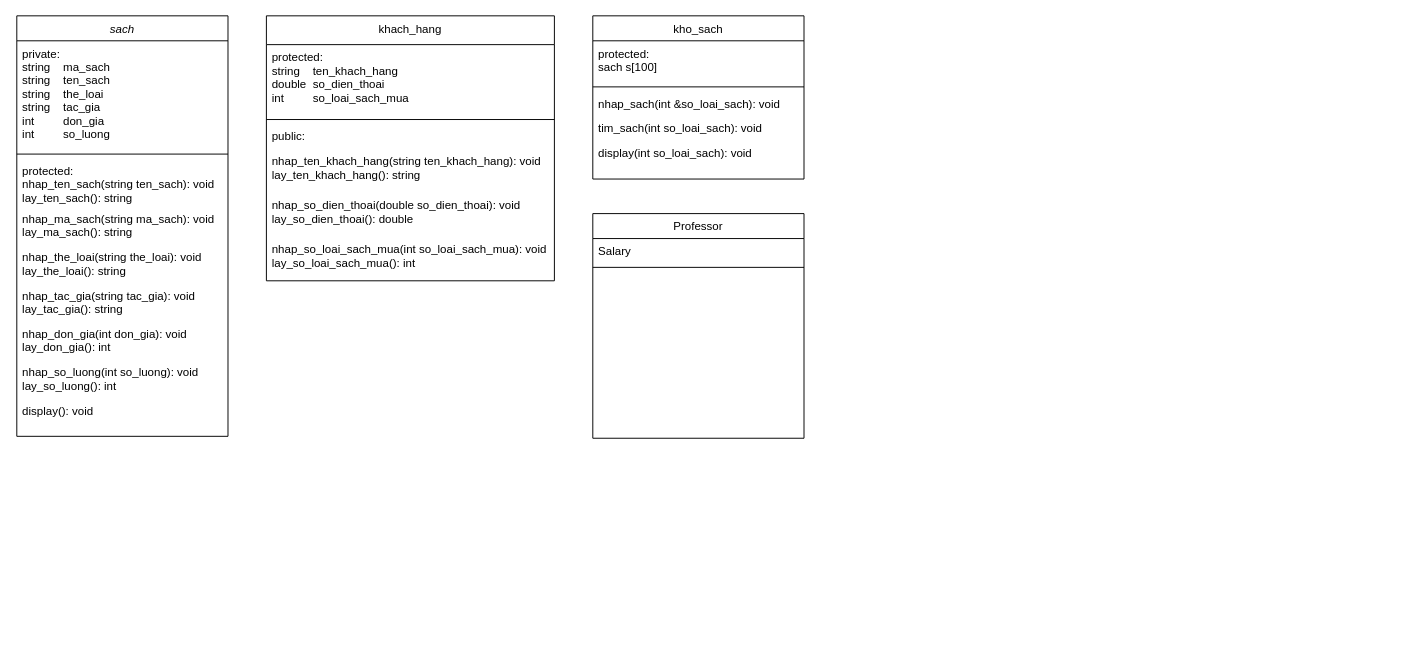
Above: Untitled Diagram.drawio in dink0i/OOP (draw.io), before the change. Source tidied: cells renumbered, new cells numbered last; positions are measured from the earlier drawing's top-left corner, leaving out a move shared by most shapes. Both pictures are drawn from the tidied source at 96%, with x=0, y=0 at pixel (16, 15).
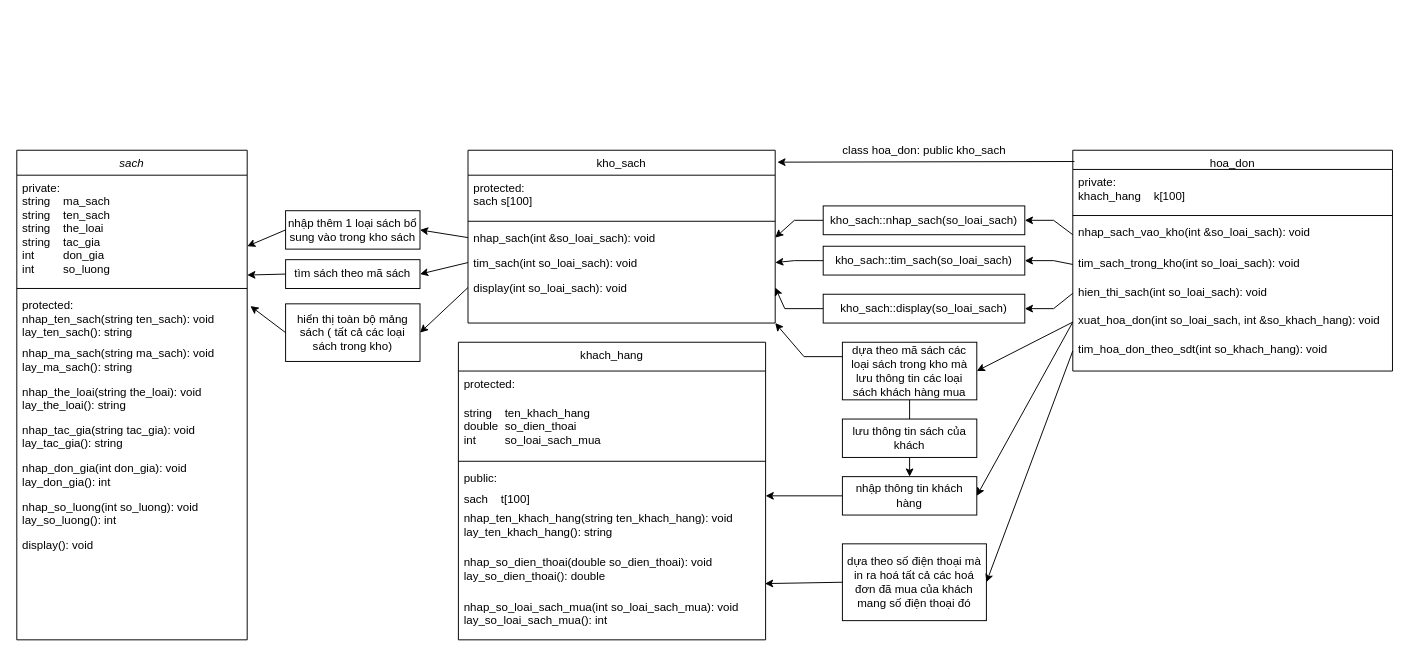
The same page after the edit.

The edit, as a diff of the source:
```diff
@@
     <mxCell id="2" value="sach" style="swimlane;fontStyle=2;align=center;verticalAlign=top;horizontal=1;startSize=26;rounded=0;shadow=0;strokeWidth=1;" parent="1" vertex="1">
-      <mxGeometry width="220" height="438" as="geometry" />
+      <mxGeometry y="140" width="240" height="510" as="geometry" />
     </mxCell>
     <mxCell id="3" value="private:&#10;string    ma_sach&#10;string    ten_sach&#10;string    the_loai&#10;string    tac_gia&#10;int         don_gia&#10;int         so_luong&#10;" style="text;align=left;verticalAlign=top;spacingLeft=4;spacingRight=4;overflow=hidden;" parent="2" vertex="1">
-      <mxGeometry y="26" width="220" height="114" as="geometry" />
+      <mxGeometry y="26" width="240" height="114" as="geometry" />
     </mxCell>
     <mxCell id="4" style="line;html=1;strokeWidth=1;align=left;verticalAlign=middle;spacingTop=-1;spacingLeft=3;spacingRight=3;labelPosition=right;" parent="2" vertex="1">
-      <mxGeometry y="140" width="220" height="8" as="geometry" />
+      <mxGeometry y="140" width="240" height="8" as="geometry" />
     </mxCell>
     <mxCell id="5" value="protected:&#10;nhap_ten_sach(string ten_sach): void&#10;lay_ten_sach(): string" style="text;align=left;verticalAlign=top;spacingLeft=4;spacingRight=4;overflow=hidden;points=[[0,0.5],[1,0.5]];portConstraint=eastwest;" parent="2" vertex="1">
-      <mxGeometry y="148" width="220" height="50" as="geometry" />
+      <mxGeometry y="148" width="240" height="50" as="geometry" />
     </mxCell>
     <mxCell id="6" value="nhap_ma_sach(string ma_sach): void&#10;lay_ma_sach(): string" style="text;align=left;verticalAlign=top;spacingLeft=4;spacingRight=4;overflow=hidden;" parent="2" vertex="1">
-      <mxGeometry y="198" width="220" height="40" as="geometry" />
+      <mxGeometry y="198" width="240" height="40" as="geometry" />
     </mxCell>
     <mxCell id="7" value="nhap_the_loai(string the_loai): void&#10;lay_the_loai(): string" style="text;align=left;verticalAlign=top;spacingLeft=4;spacingRight=4;overflow=hidden;" parent="2" vertex="1">
-      <mxGeometry y="238" width="220" height="40" as="geometry" />
+      <mxGeometry y="238" width="240" height="40" as="geometry" />
     </mxCell>
     <mxCell id="8" value="nhap_tac_gia(string tac_gia): void&#10;lay_tac_gia(): string" style="text;align=left;verticalAlign=top;spacingLeft=4;spacingRight=4;overflow=hidden;" parent="2" vertex="1">
-      <mxGeometry y="278" width="220" height="40" as="geometry" />
+      <mxGeometry y="278" width="240" height="40" as="geometry" />
     </mxCell>
     <mxCell id="9" value="nhap_don_gia(int don_gia): void&#10;lay_don_gia(): int" style="text;align=left;verticalAlign=top;spacingLeft=4;spacingRight=4;overflow=hidden;" parent="2" vertex="1">
-      <mxGeometry y="318" width="220" height="40" as="geometry" />
+      <mxGeometry y="318" width="240" height="40" as="geometry" />
     </mxCell>
     <mxCell id="10" value="nhap_so_luong(int so_luong): void&#10;lay_so_luong(): int" style="text;align=left;verticalAlign=top;spacingLeft=4;spacingRight=4;overflow=hidden;" parent="2" vertex="1">
-      <mxGeometry y="358" width="220" height="40" as="geometry" />
+      <mxGeometry y="358" width="240" height="40" as="geometry" />
     </mxCell>
     <mxCell id="11" value="display(): void" style="text;align=left;verticalAlign=top;spacingLeft=4;spacingRight=4;overflow=hidden;" parent="2" vertex="1">
-      <mxGeometry y="398" width="220" height="40" as="geometry" />
+      <mxGeometry y="398" width="240" height="40" as="geometry" />
     </mxCell>
     <mxCell id="12" value="khach_hang" style="swimlane;fontStyle=0;align=center;verticalAlign=top;horizontal=1;startSize=30;rounded=0;shadow=0;strokeWidth=1;" parent="1" vertex="1">
-      <mxGeometry x="260" width="300" height="276" as="geometry" />
+      <mxGeometry x="460" y="340" width="320" height="310" as="geometry" />
     </mxCell>
+    <mxCell id="28" value="protected:" style="text;align=left;verticalAlign=top;spacingLeft=4;spacingRight=4;overflow=hidden;" parent="12" vertex="1">
+      <mxGeometry y="30" width="320" height="30" as="geometry" />
+    </mxCell>
-    <mxCell id="13" value="protected:&#10;string    ten_khach_hang&#10;double  so_dien_thoai&#10;int         so_loai_sach_mua" style="text;align=left;verticalAlign=top;spacingLeft=4;spacingRight=4;overflow=hidden;" parent="12" vertex="1">
-      <mxGeometry y="30" width="300" height="74" as="geometry" />
+    <mxCell id="13" value="string    ten_khach_hang&#10;double  so_dien_thoai&#10;int         so_loai_sach_mua" style="text;align=left;verticalAlign=top;spacingLeft=4;spacingRight=4;overflow=hidden;" parent="12" vertex="1">
+      <mxGeometry y="60" width="320" height="60" as="geometry" />
     </mxCell>
     <mxCell id="14" style="line;html=1;strokeWidth=1;align=left;verticalAlign=middle;spacingTop=-1;spacingLeft=3;spacingRight=3;labelPosition=right;" parent="12" vertex="1">
-      <mxGeometry y="104" width="300" height="8" as="geometry" />
+      <mxGeometry y="120" width="320" height="8" as="geometry" />
     </mxCell>
     <mxCell id="15" value="public:" style="text;align=left;verticalAlign=top;spacingLeft=4;spacingRight=4;overflow=hidden;fontStyle=0;" parent="12" vertex="1">
-      <mxGeometry y="112" width="300" height="26" as="geometry" />
+      <mxGeometry y="128" width="320" height="22" as="geometry" />
     </mxCell>
+    <mxCell id="29" value="sach    t[100]" style="text;align=left;verticalAlign=top;spacingLeft=4;spacingRight=4;overflow=hidden;points=[[0,0.5],[1,0.5]];portConstraint=eastwest;" parent="12" vertex="1">
+      <mxGeometry y="150" width="320" height="20" as="geometry" />
+    </mxCell>
     <mxCell id="16" value="nhap_ten_khach_hang(string ten_khach_hang): void&#10;lay_ten_khach_hang(): string" style="text;align=left;verticalAlign=top;spacingLeft=4;spacingRight=4;overflow=hidden;" parent="12" vertex="1">
-      <mxGeometry y="138" width="300" height="46" as="geometry" />
+      <mxGeometry y="170" width="320" height="46" as="geometry" />
     </mxCell>
     <mxCell id="17" value="nhap_so_dien_thoai(double so_dien_thoai): void&#10;lay_so_dien_thoai(): double&#10;" style="text;align=left;verticalAlign=top;spacingLeft=4;spacingRight=4;overflow=hidden;points=[[0,0.5],[1,0.5]];portConstraint=eastwest;" parent="12" vertex="1">
-      <mxGeometry y="184" width="300" height="46" as="geometry" />
+      <mxGeometry y="216" width="320" height="46" as="geometry" />
     </mxCell>
     <mxCell id="18" value="nhap_so_loai_sach_mua(int so_loai_sach_mua): void&#10;lay_so_loai_sach_mua(): int" style="text;align=left;verticalAlign=top;spacingLeft=4;spacingRight=4;overflow=hidden;" parent="12" vertex="1">
-      <mxGeometry y="230" width="300" height="46" as="geometry" />
+      <mxGeometry y="262" width="320" height="46" as="geometry" />
     </mxCell>
-    <mxCell id="19" value="Professor" style="swimlane;fontStyle=0;align=center;verticalAlign=top;horizontal=1;startSize=26;rounded=0;shadow=0;strokeWidth=1;" parent="1" vertex="1">
-      <mxGeometry x="600" y="206" width="220" height="234" as="geometry" />
+    <mxCell id="19" value="hoa_don" style="swimlane;fontStyle=0;align=center;verticalAlign=top;horizontal=1;startSize=20;rounded=0;shadow=0;strokeWidth=1;" parent="1" vertex="1">
+      <mxGeometry x="1100" y="140" width="333" height="230" as="geometry" />
     </mxCell>
-    <mxCell id="20" value="Salary" style="text;align=left;verticalAlign=top;spacingLeft=4;spacingRight=4;overflow=hidden;" parent="19" vertex="1">
-      <mxGeometry y="26" width="220" height="26" as="geometry" />
+    <mxCell id="20" value="private:&#10;khach_hang    k[100]" style="text;align=left;verticalAlign=top;spacingLeft=4;spacingRight=4;overflow=hidden;" parent="19" vertex="1">
+      <mxGeometry y="20" width="333" height="44" as="geometry" />
     </mxCell>
     <mxCell id="21" style="line;html=1;strokeWidth=1;align=left;verticalAlign=middle;spacingTop=-1;spacingLeft=3;spacingRight=3;labelPosition=right;" parent="19" vertex="1">
-      <mxGeometry y="52" width="220" height="8" as="geometry" />
+      <mxGeometry y="64" width="333" height="8" as="geometry" />
     </mxCell>
+    <mxCell id="30" value="nhap_sach_vao_kho(int &amp;so_loai_sach): void" style="text;align=left;verticalAlign=top;spacingLeft=4;spacingRight=4;overflow=hidden;points=[[0,0.5],[1,0.5]];portConstraint=eastwest;" parent="19" vertex="1">
+      <mxGeometry y="72" width="333" height="32" as="geometry" />
+    </mxCell>
+    <mxCell id="31" value="tim_sach_trong_kho(int so_loai_sach): void" style="text;align=left;verticalAlign=top;spacingLeft=4;spacingRight=4;overflow=hidden;points=[[0,0.5],[1,0.5]];portConstraint=eastwest;" parent="19" vertex="1">
+      <mxGeometry y="104" width="333" height="30" as="geometry" />
+    </mxCell>
+    <mxCell id="32" value="hien_thi_sach(int so_loai_sach): void" style="text;align=left;verticalAlign=top;spacingLeft=4;spacingRight=4;overflow=hidden;points=[[0,0.5],[1,0.5]];portConstraint=eastwest;" parent="19" vertex="1">
+      <mxGeometry y="134" width="333" height="30" as="geometry" />
+    </mxCell>
+    <mxCell id="33" value="xuat_hoa_don(int so_loai_sach, int &amp;so_khach_hang): void" style="text;align=left;verticalAlign=top;spacingLeft=4;spacingRight=4;overflow=hidden;points=[[0,0.5],[1,0.5]];portConstraint=eastwest;" parent="19" vertex="1">
+      <mxGeometry y="164" width="333" height="30" as="geometry" />
+    </mxCell>
+    <mxCell id="34" value="tim_hoa_don_theo_sdt(int so_khach_hang): void" style="text;align=left;verticalAlign=top;spacingLeft=4;spacingRight=4;overflow=hidden;points=[[0,0.5],[1,0.5]];portConstraint=eastwest;" parent="19" vertex="1">
+      <mxGeometry y="194" width="333" height="30" as="geometry" />
+    </mxCell>
     <mxCell id="22" value="kho_sach" style="swimlane;fontStyle=0;align=center;verticalAlign=top;horizontal=1;startSize=26;rounded=0;shadow=0;strokeWidth=1;" parent="1" vertex="1">
-      <mxGeometry x="600" width="220" height="170" as="geometry" />
+      <mxGeometry x="470" y="140" width="320" height="180" as="geometry" />
     </mxCell>
     <mxCell id="23" value="protected:&#10;sach s[100]" style="text;align=left;verticalAlign=top;spacingLeft=4;spacingRight=4;overflow=hidden;" parent="22" vertex="1">
-      <mxGeometry y="26" width="220" height="44" as="geometry" />
+      <mxGeometry y="26" width="320" height="44" as="geometry" />
     </mxCell>
     <mxCell id="24" style="line;html=1;strokeWidth=1;align=left;verticalAlign=middle;spacingTop=-1;spacingLeft=3;spacingRight=3;labelPosition=right;" parent="22" vertex="1">
-      <mxGeometry y="70" width="220" height="8" as="geometry" />
+      <mxGeometry y="70" width="320" height="8" as="geometry" />
     </mxCell>
     <mxCell id="25" value="nhap_sach(int &amp;so_loai_sach): void" style="text;align=left;verticalAlign=top;spacingLeft=4;spacingRight=4;overflow=hidden;points=[[0,0.5],[1,0.5]];portConstraint=eastwest;" parent="22" vertex="1">
-      <mxGeometry y="78" width="220" height="26" as="geometry" />
+      <mxGeometry y="78" width="320" height="26" as="geometry" />
     </mxCell>
     <mxCell id="26" value="tim_sach(int so_loai_sach): void" style="text;align=left;verticalAlign=top;spacingLeft=4;spacingRight=4;overflow=hidden;points=[[0,0.5],[1,0.5]];portConstraint=eastwest;" parent="22" vertex="1">
-      <mxGeometry y="104" width="220" height="26" as="geometry" />
+      <mxGeometry y="104" width="320" height="26" as="geometry" />
     </mxCell>
     <mxCell id="27" value="display(int so_loai_sach): void" style="text;align=left;verticalAlign=top;spacingLeft=4;spacingRight=4;overflow=hidden;points=[[0,0.5],[1,0.5]];portConstraint=eastwest;" parent="22" vertex="1">
-      <mxGeometry y="130" width="220" height="26" as="geometry" />
+      <mxGeometry y="130" width="320" height="26" as="geometry" />
     </mxCell>
+    <mxCell id="35" style="endArrow=classic;html=1;rounded=0;entryX=1.007;entryY=0.069;entryDx=0;entryDy=0;entryPerimeter=0;exitX=0.005;exitY=0.051;exitDx=0;exitDy=0;exitPerimeter=0;" parent="1" edge="1" source="19" target="22">
+      <mxGeometry relative="1" as="geometry" />
+    </mxCell>
+    <mxCell id="36" value="class hoa_don: public kho_sach" style="text;html=1;align=center;verticalAlign=middle;strokeColor=none;fillColor=none;rotation=0;" parent="1" vertex="1">
+      <mxGeometry x="850" y="130" width="190" height="20" as="geometry" />
+    </mxCell>
+    <mxCell id="37" value="kho_sach::nhap_sach(so_loai_sach)" style="rounded=0;whiteSpace=wrap;html=1;" parent="1" vertex="1">
+      <mxGeometry x="840" y="198" width="210" height="30" as="geometry" />
+    </mxCell>
+    <mxCell id="38" value="kho_sach::tim_sach(so_loai_sach)" style="rounded=0;whiteSpace=wrap;html=1;" parent="1" vertex="1">
+      <mxGeometry x="840" y="240" width="210" height="30" as="geometry" />
+    </mxCell>
+    <mxCell id="39" value="kho_sach::display(so_loai_sach)" style="rounded=0;whiteSpace=wrap;html=1;" parent="1" vertex="1">
+      <mxGeometry x="840" y="290" width="210" height="30" as="geometry" />
+    </mxCell>
+    <mxCell id="40" style="endArrow=classic;html=1;rounded=0;entryX=1;entryY=0.5;entryDx=0;entryDy=0;exitX=0;exitY=0.5;exitDx=0;exitDy=0;" parent="1" edge="1" source="37" target="25">
+      <mxGeometry relative="1" as="geometry">
+        <Array as="points">
+          <mxPoint x="810" y="213" />
+        </Array>
+      </mxGeometry>
+    </mxCell>
+    <mxCell id="41" style="endArrow=classic;html=1;rounded=0;entryX=1;entryY=0.5;entryDx=0;entryDy=0;exitX=0;exitY=0.5;exitDx=0;exitDy=0;" parent="1" edge="1" source="38" target="26">
+      <mxGeometry relative="1" as="geometry">
+        <Array as="points">
+          <mxPoint x="810" y="255" />
+        </Array>
+      </mxGeometry>
+    </mxCell>
+    <mxCell id="42" style="endArrow=classic;html=1;rounded=0;entryX=1;entryY=0.5;entryDx=0;entryDy=0;exitX=0;exitY=0.5;exitDx=0;exitDy=0;" parent="1" edge="1" source="39" target="27">
+      <mxGeometry relative="1" as="geometry">
+        <Array as="points">
+          <mxPoint x="800" y="305" />
+        </Array>
+      </mxGeometry>
+    </mxCell>
+    <mxCell id="43" style="endArrow=classic;html=1;rounded=0;entryX=1;entryY=0.5;entryDx=0;entryDy=0;exitX=0;exitY=0.5;exitDx=0;exitDy=0;" parent="1" edge="1" source="30" target="37">
+      <mxGeometry relative="1" as="geometry">
+        <Array as="points">
+          <mxPoint x="1080" y="213" />
+        </Array>
+      </mxGeometry>
+    </mxCell>
+    <mxCell id="44" style="endArrow=classic;html=1;rounded=0;entryX=1;entryY=0.5;entryDx=0;entryDy=0;exitX=0;exitY=0.5;exitDx=0;exitDy=0;" parent="1" edge="1" source="31" target="38">
+      <mxGeometry relative="1" as="geometry">
+        <Array as="points">
+          <mxPoint x="1080" y="255" />
+        </Array>
+      </mxGeometry>
+    </mxCell>
+    <mxCell id="45" style="endArrow=classic;html=1;rounded=0;entryX=1;entryY=0.5;entryDx=0;entryDy=0;exitX=0;exitY=0.5;exitDx=0;exitDy=0;" parent="1" edge="1" source="32" target="39">
+      <mxGeometry relative="1" as="geometry">
+        <Array as="points">
+          <mxPoint x="1080" y="305" />
+        </Array>
+      </mxGeometry>
+    </mxCell>
+    <mxCell id="46" value="nhập thêm 1 loại sách bổ sung vào trong kho sách" style="rounded=0;whiteSpace=wrap;html=1;" parent="1" vertex="1">
+      <mxGeometry x="280" y="203" width="140" height="40" as="geometry" />
+    </mxCell>
+    <mxCell id="47" style="endArrow=classic;html=1;rounded=0;entryX=1;entryY=0.5;entryDx=0;entryDy=0;exitX=0;exitY=0.5;exitDx=0;exitDy=0;" parent="1" edge="1" source="25" target="46">
+      <mxGeometry relative="1" as="geometry" />
+    </mxCell>
+    <mxCell id="48" style="endArrow=classic;html=1;rounded=0;exitX=0;exitY=0.5;exitDx=0;exitDy=0;" parent="1" edge="1" source="46">
+      <mxGeometry relative="1" as="geometry">
+        <mxPoint x="240" y="240" as="targetPoint" />
+      </mxGeometry>
+    </mxCell>
+    <mxCell id="49" value="tìm sách theo mã sách" style="rounded=0;whiteSpace=wrap;html=1;" parent="1" vertex="1">
+      <mxGeometry x="280" y="254" width="140" height="30" as="geometry" />
+    </mxCell>
+    <mxCell id="50" style="endArrow=classic;html=1;rounded=0;entryX=1;entryY=0.5;entryDx=0;entryDy=0;exitX=0;exitY=0.5;exitDx=0;exitDy=0;" parent="1" edge="1" source="26" target="49">
+      <mxGeometry relative="1" as="geometry" />
+    </mxCell>
+    <mxCell id="51" style="endArrow=classic;html=1;rounded=0;exitX=0;exitY=0.5;exitDx=0;exitDy=0;" parent="1" edge="1" source="49">
+      <mxGeometry relative="1" as="geometry">
+        <mxPoint x="240" y="270" as="targetPoint" />
+      </mxGeometry>
+    </mxCell>
+    <mxCell id="52" value="hiển thị toàn bộ mảng sách ( tất cả các loại sách trong kho)" style="rounded=0;whiteSpace=wrap;html=1;" parent="1" vertex="1">
+      <mxGeometry x="280" y="300" width="140" height="60" as="geometry" />
+    </mxCell>
+    <mxCell id="53" style="endArrow=classic;html=1;rounded=0;entryX=1;entryY=0.5;entryDx=0;entryDy=0;exitX=0;exitY=0.5;exitDx=0;exitDy=0;" parent="1" edge="1" source="27" target="52">
+      <mxGeometry relative="1" as="geometry" />
+    </mxCell>
+    <mxCell id="54" style="endArrow=classic;html=1;rounded=0;entryX=1.014;entryY=0.286;entryDx=0;entryDy=0;exitX=0;exitY=0.5;exitDx=0;exitDy=0;entryPerimeter=0;" parent="1" edge="1" source="52" target="5">
+      <mxGeometry relative="1" as="geometry" />
+    </mxCell>
+    <mxCell id="55" value="nhập thông tin khách hàng" style="rounded=0;whiteSpace=wrap;html=1;" parent="1" vertex="1">
+      <mxGeometry x="860" y="480" width="140" height="40" as="geometry" />
+    </mxCell>
+    <mxCell id="56" style="endArrow=classic;html=1;rounded=0;entryX=1;entryY=0.5;entryDx=0;entryDy=0;exitX=0;exitY=0.5;exitDx=0;exitDy=0;" parent="1" edge="1" source="33" target="55">
+      <mxGeometry relative="1" as="geometry" />
+    </mxCell>
+    <mxCell id="57" style="endArrow=classic;html=1;rounded=0;entryX=1;entryY=0.5;entryDx=0;entryDy=0;exitX=0;exitY=0.5;exitDx=0;exitDy=0;" parent="1" edge="1" source="55" target="29">
+      <mxGeometry relative="1" as="geometry" />
+    </mxCell>
+    <mxCell id="58" value="dựa theo mã sách các loại sách trong kho mà lưu thông tin các loại sách khách hàng mua" style="rounded=0;whiteSpace=wrap;html=1;" parent="1" vertex="1">
+      <mxGeometry x="860" y="340" width="140" height="60" as="geometry" />
+    </mxCell>
+    <mxCell id="59" style="endArrow=classic;html=1;rounded=0;entryX=1;entryY=0.5;entryDx=0;entryDy=0;exitX=0;exitY=0.5;exitDx=0;exitDy=0;" parent="1" edge="1" source="33" target="58">
+      <mxGeometry relative="1" as="geometry" />
+    </mxCell>
+    <mxCell id="60" style="endArrow=classic;html=1;rounded=0;entryX=1;entryY=1;entryDx=0;entryDy=0;exitX=0;exitY=0.25;exitDx=0;exitDy=0;" parent="1" edge="1" source="58" target="22">
+      <mxGeometry relative="1" as="geometry">
+        <Array as="points">
+          <mxPoint x="820" y="355" />
+        </Array>
+      </mxGeometry>
+    </mxCell>
+    <mxCell id="61" value="lưu thông tin sách của khách" style="rounded=0;whiteSpace=wrap;html=1;" parent="1" vertex="1">
+      <mxGeometry x="860" y="420" width="140" height="40" as="geometry" />
+    </mxCell>
+    <mxCell id="62" style="endArrow=none;html=1;rounded=0;entryX=0.5;entryY=0;entryDx=0;entryDy=0;exitX=0.5;exitY=1;exitDx=0;exitDy=0;" parent="1" edge="1" source="58" target="61">
+      <mxGeometry relative="1" as="geometry" />
+    </mxCell>
+    <mxCell id="63" value="dựa theo số điện thoại mà in ra hoá tất cả các hoá đơn đã mua của khách mang số điện thoại đó" style="rounded=0;whiteSpace=wrap;html=1;" parent="1" vertex="1">
+      <mxGeometry x="860" y="550" width="150" height="80" as="geometry" />
+    </mxCell>
+    <mxCell id="64" style="endArrow=classic;html=1;rounded=0;exitX=0.5;exitY=1;exitDx=0;exitDy=0;entryX=0.5;entryY=0;entryDx=0;entryDy=0;" parent="1" edge="1" source="61" target="55">
+      <mxGeometry relative="1" as="geometry" />
+    </mxCell>
+    <mxCell id="65" style="endArrow=classic;html=1;rounded=0;entryX=1;entryY=0.5;entryDx=0;entryDy=0;exitX=0;exitY=0.5;exitDx=0;exitDy=0;" parent="1" edge="1" source="34" target="63">
+      <mxGeometry relative="1" as="geometry" />
+    </mxCell>
+    <mxCell id="66" style="endArrow=classic;html=1;rounded=0;entryX=0.998;entryY=0.77;entryDx=0;entryDy=0;exitX=0;exitY=0.5;exitDx=0;exitDy=0;entryPerimeter=0;" parent="1" edge="1" source="63" target="17">
+      <mxGeometry relative="1" as="geometry" />
+    </mxCell>
```
